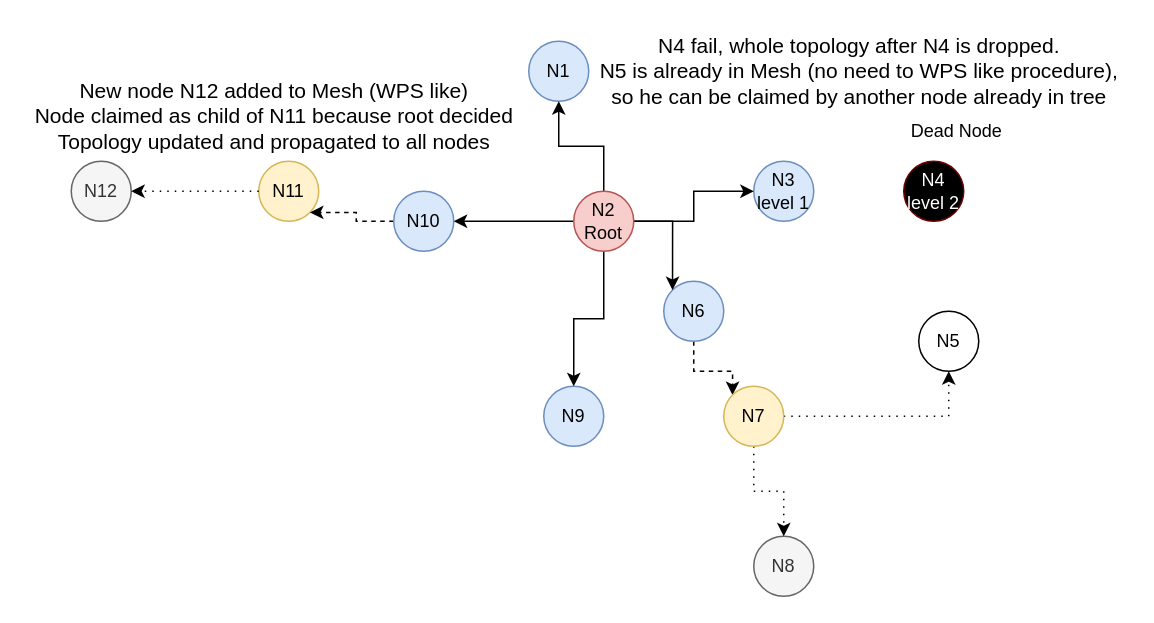
Earlier version of the draw.io diagram drawio/Add_Remove_node.drawio (SestakJ/DP-Micropython-ESP32-Mesh). Source tidied: cells renumbered, new cells numbered last; positions are measured from the earlier drawing's top-left corner, leaving out a move shared by most shapes. Both pictures are drawn from the tidied source at 150%, with x=0, y=0 at pixel (26, 26).
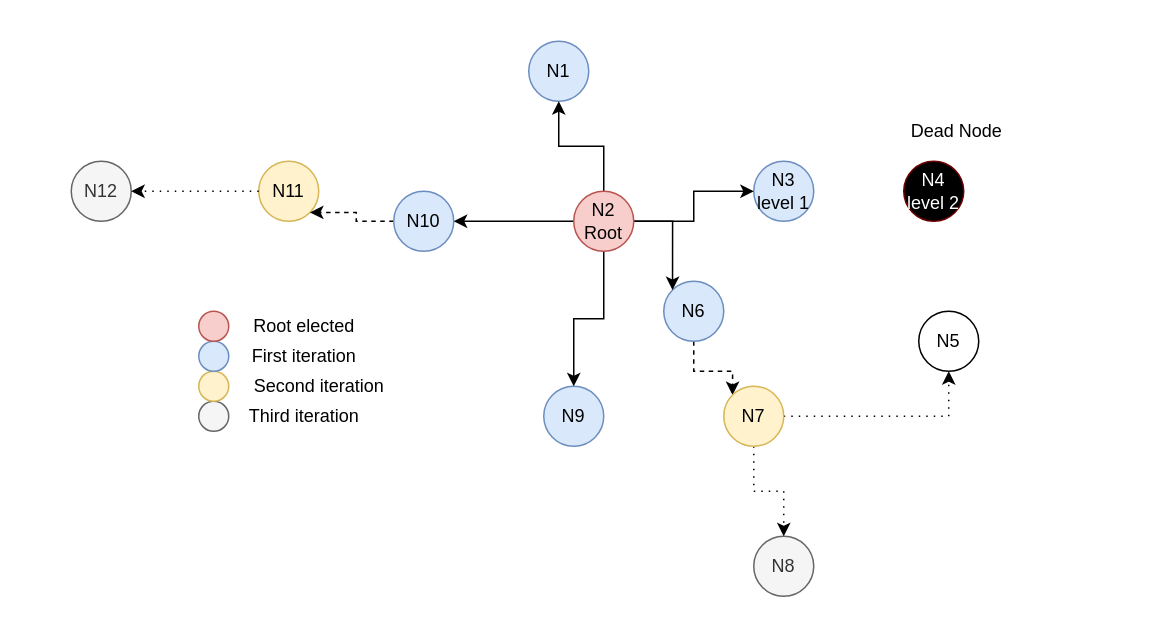
Above is the later version.

The edit, as a diff of the source:
```diff
@@
-    <mxCell id="23" value="New node N12 added to Mesh (WPS like)&lt;br style=&quot;font-size: 14px;&quot;&gt;Node claimed as child of N11 because root decided&lt;br style=&quot;font-size: 14px;&quot;&gt;Topology updated and propagated to all nodes" style="text;html=1;align=center;verticalAlign=middle;strokeColor=none;fillColor=none;fontSize=14;" parent="1" vertex="1">
-      <mxGeometry y="30" width="330" height="60" as="geometry" />
-    </mxCell>
@@
-    <mxCell id="26" value="N4 fail, whole topology after N4 is dropped.&lt;br style=&quot;font-size: 14px;&quot;&gt;N5 is already in Mesh (no need to WPS like procedure),&lt;br style=&quot;font-size: 14px;&quot;&gt;so he can be claimed by another node already in tree" style="text;html=1;align=center;verticalAlign=middle;strokeColor=none;fillColor=none;fontSize=14;" parent="1" vertex="1">
-      <mxGeometry x="375" width="360" height="60" as="geometry" />
-    </mxCell>
+    <mxCell id="27" style="ellipse;whiteSpace=wrap;html=1;fillColor=#f5f5f5;fontColor=#333333;strokeColor=#666666;" parent="1" vertex="1">
+      <mxGeometry x="115" y="250" width="20" height="20" as="geometry" />
+    </mxCell>
+    <mxCell id="28" value="Third iteration" style="text;html=1;align=center;verticalAlign=middle;strokeColor=none;fillColor=none;" parent="1" vertex="1">
+      <mxGeometry x="140" y="250" width="90" height="20" as="geometry" />
+    </mxCell>
+    <mxCell id="29" style="ellipse;whiteSpace=wrap;html=1;fillColor=#fff2cc;strokeColor=#d6b656;" parent="1" vertex="1">
+      <mxGeometry x="115" y="230" width="20" height="20" as="geometry" />
+    </mxCell>
+    <mxCell id="30" value="Second iteration" style="text;html=1;align=center;verticalAlign=middle;strokeColor=none;fillColor=none;" parent="1" vertex="1">
+      <mxGeometry x="145" y="230" width="100" height="20" as="geometry" />
+    </mxCell>
+    <mxCell id="31" style="ellipse;whiteSpace=wrap;html=1;fillColor=#dae8fc;strokeColor=#6c8ebf;" parent="1" vertex="1">
+      <mxGeometry x="115" y="210" width="20" height="20" as="geometry" />
+    </mxCell>
+    <mxCell id="32" value="First iteration" style="text;html=1;align=center;verticalAlign=middle;strokeColor=none;fillColor=none;" parent="1" vertex="1">
+      <mxGeometry x="145" y="210" width="80" height="20" as="geometry" />
+    </mxCell>
+    <mxCell id="33" style="ellipse;whiteSpace=wrap;html=1;fillColor=#f8cecc;strokeColor=#b85450;" parent="1" vertex="1">
+      <mxGeometry x="115" y="190" width="20" height="20" as="geometry" />
+    </mxCell>
+    <mxCell id="34" value="Root elected" style="text;html=1;align=center;verticalAlign=middle;strokeColor=none;fillColor=none;" parent="1" vertex="1">
+      <mxGeometry x="145" y="190" width="80" height="20" as="geometry" />
+    </mxCell>
```
